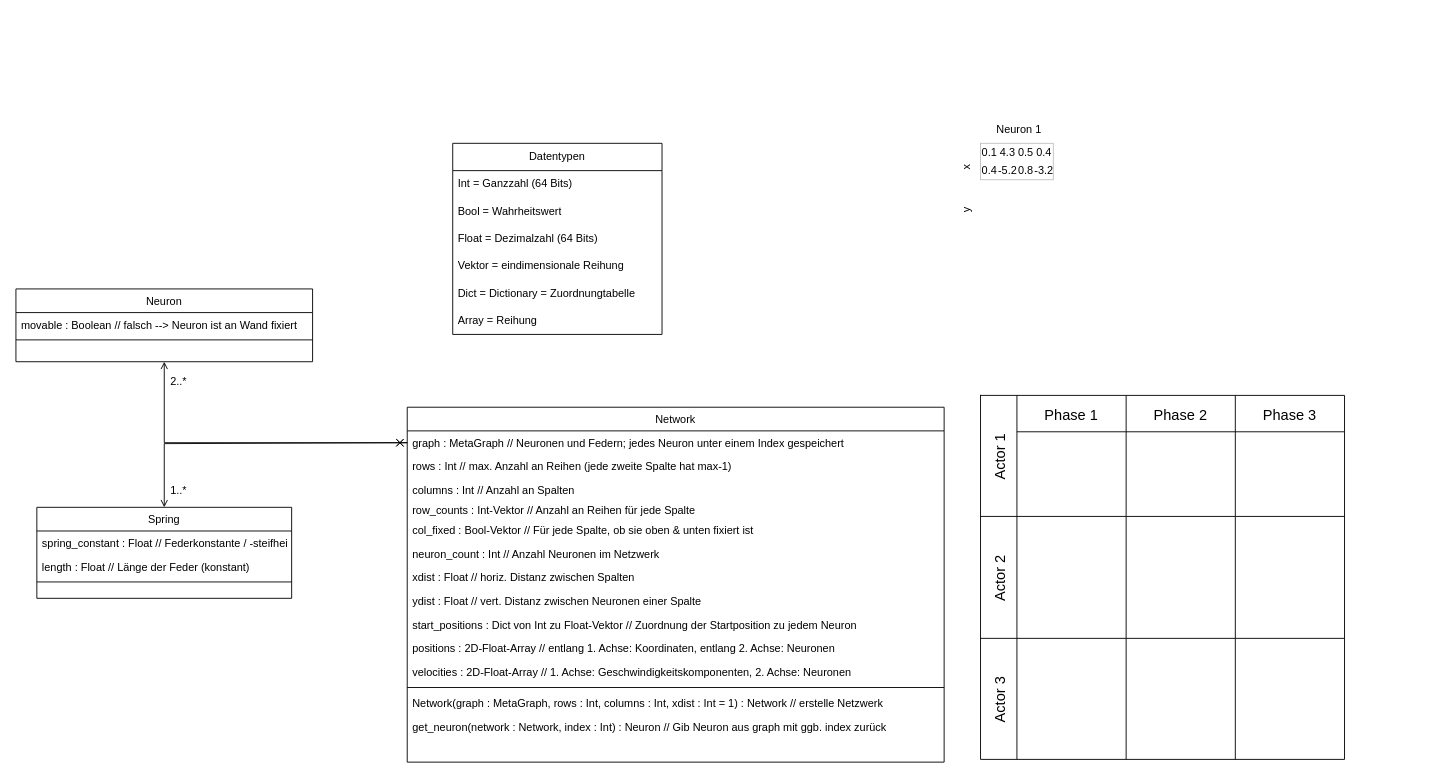
This is page "Page-2" (2 of 2) of projektskizze/bilder/Unbenanntes Diagramm.drawio from Alexander-Reimer/Simulation-of-MNNs, a draw.io file, before an edit. Source tidied: cells renumbered, new cells numbered last; positions are measured from the earlier drawing's top-left corner, leaving out a move shared by most shapes. Both pictures are drawn from the tidied source at 91%, with x=0, y=0 at pixel (15, 116).
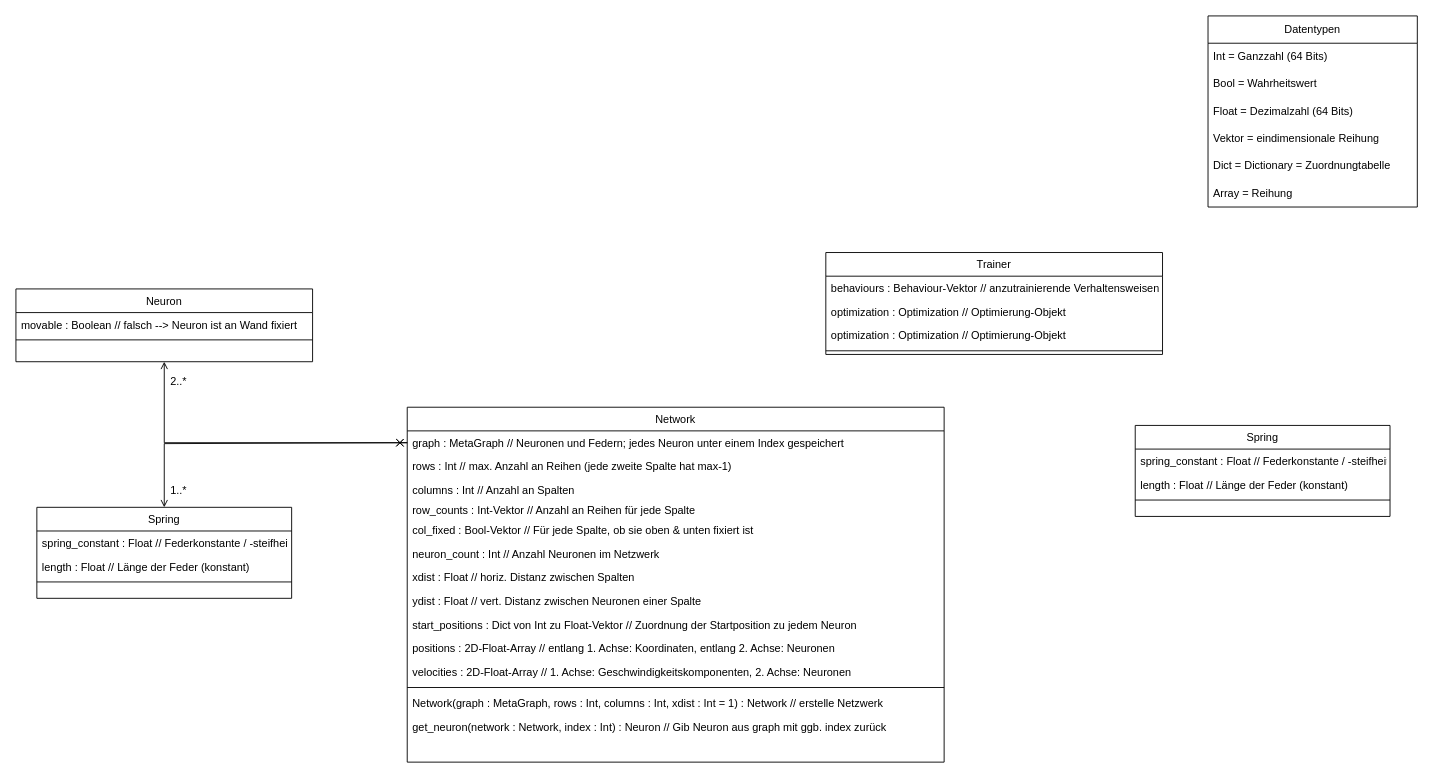
Above is the later version.

Change to the diagram source:
```diff
@@
     <mxCell id="30" value="Datentypen" style="swimlane;fontStyle=0;horizontal=1;startSize=30;whiteSpace=wrap;html=1;" parent="1" vertex="1">
-      <mxGeometry x="480" y="30" width="230" height="210" as="geometry" />
+      <mxGeometry x="1310" y="-110" width="230" height="210" as="geometry" />
     </mxCell>
@@
-    <mxCell id="37" style="shape=table;childLayout=tableLayout;startSize=0;fontSize=16;" parent="1" vertex="1">
-      <mxGeometry x="1060" y="307" width="400" height="400" as="geometry" />
-    </mxCell>
-    <mxCell id="38" value="Actor 1" style="shape=tableRow;horizontal=0;swimlaneHead=0;swimlaneBody=0;top=0;left=0;strokeColor=inherit;bottom=0;right=0;fontStyle=0;fillColor=none;startSize=40;fontSize=16;" parent="37" vertex="1">
-      <mxGeometry width="400" height="133" as="geometry" />
-    </mxCell>
-    <mxCell id="39" value="Phase 1" style="swimlane;swimlaneHead=0;swimlaneBody=0;fontStyle=0;strokeColor=inherit;fillColor=none;startSize=40;fontSize=16;" parent="38" vertex="1">
-      <mxGeometry x="40" width="120" height="133" as="geometry" />
-    </mxCell>
-    <mxCell id="40" value="Phase 2" style="swimlane;swimlaneHead=0;swimlaneBody=0;fontStyle=0;strokeColor=inherit;fillColor=none;startSize=40;fontSize=16;" parent="38" vertex="1">
-      <mxGeometry x="160" width="120" height="133" as="geometry" />
-    </mxCell>
-    <mxCell id="41" value="Phase 3" style="swimlane;swimlaneHead=0;swimlaneBody=0;fontStyle=0;strokeColor=inherit;fillColor=none;startSize=40;fontSize=16;" parent="38" vertex="1">
-      <mxGeometry x="280" width="120" height="133" as="geometry" />
-    </mxCell>
-    <mxCell id="42" value="Actor 2" style="shape=tableRow;horizontal=0;swimlaneHead=0;swimlaneBody=0;top=0;left=0;strokeColor=inherit;bottom=0;right=0;fontStyle=0;fillColor=none;startSize=40;fontSize=16;" parent="37" vertex="1">
-      <mxGeometry y="133" width="400" height="134" as="geometry" />
-    </mxCell>
-    <mxCell id="43" style="swimlane;swimlaneHead=0;swimlaneBody=0;fontStyle=0;strokeColor=inherit;fillColor=none;startSize=0;fontSize=16;" parent="42" vertex="1">
-      <mxGeometry x="40" width="120" height="134" as="geometry" />
-    </mxCell>
-    <mxCell id="44" style="swimlane;swimlaneHead=0;swimlaneBody=0;fontStyle=0;strokeColor=inherit;fillColor=none;startSize=0;fontSize=16;" parent="42" vertex="1">
-      <mxGeometry x="160" width="120" height="134" as="geometry" />
-    </mxCell>
-    <mxCell id="45" style="swimlane;swimlaneHead=0;swimlaneBody=0;fontStyle=0;strokeColor=inherit;fillColor=none;startSize=0;fontSize=16;" parent="42" vertex="1">
-      <mxGeometry x="280" width="120" height="134" as="geometry" />
-    </mxCell>
-    <mxCell id="46" value="Actor 3" style="shape=tableRow;horizontal=0;swimlaneHead=0;swimlaneBody=0;top=0;left=0;strokeColor=inherit;bottom=0;right=0;fontStyle=0;fillColor=none;startSize=40;fontSize=16;" parent="37" vertex="1">
-      <mxGeometry y="267" width="400" height="133" as="geometry" />
-    </mxCell>
-    <mxCell id="47" style="swimlane;swimlaneHead=0;swimlaneBody=0;fontStyle=0;strokeColor=inherit;fillColor=none;startSize=0;fontSize=16;" parent="46" vertex="1">
-      <mxGeometry x="40" width="120" height="133" as="geometry" />
-    </mxCell>
-    <mxCell id="48" style="swimlane;swimlaneHead=0;swimlaneBody=0;fontStyle=0;strokeColor=inherit;fillColor=none;startSize=0;fontSize=16;" parent="46" vertex="1">
-      <mxGeometry x="160" width="120" height="133" as="geometry" />
-    </mxCell>
-    <mxCell id="49" style="swimlane;swimlaneHead=0;swimlaneBody=0;fontStyle=0;strokeColor=inherit;fillColor=none;startSize=0;fontSize=16;" parent="46" vertex="1">
-      <mxGeometry x="280" width="120" height="133" as="geometry" />
-    </mxCell>
-    <mxCell id="50" style="childLayout=tableLayout;shadow=0;fillColor=none;strokeColor=#C0C0C0;spacing=5;spacingTop=5;" parent="1" vertex="1">
-      <mxGeometry x="1060" y="30" width="80" height="40" as="geometry" />
-    </mxCell>
-    <mxCell id="51" style="shape=tableRow;horizontal=0;startSize=0;swimlaneHead=0;swimlaneBody=0;top=0;left=0;bottom=0;right=0;fontStyle=0;fillColor=none;" parent="50" vertex="1">
-      <mxGeometry width="80" height="20" as="geometry" />
-    </mxCell>
-    <mxCell id="52" value="0.1" style="strokeColor=none;fillColor=none;align=center;whiteSpace=wrap;html=1;spacing=5;spacingTop=5;spacingBottom=5;spacingRight=5;spacingLeft=5;" parent="51" vertex="1">
-      <mxGeometry width="20" height="20" as="geometry" />
-    </mxCell>
-    <mxCell id="53" value="4.3" style="strokeColor=none;fillColor=none;align=center;whiteSpace=wrap;html=1;spacing=5;spacingTop=5;spacingBottom=5;spacingRight=5;spacingLeft=5;" parent="51" vertex="1">
-      <mxGeometry x="20" width="20" height="20" as="geometry" />
-    </mxCell>
-    <mxCell id="54" value="0.5" style="strokeColor=none;fillColor=none;align=center;whiteSpace=wrap;html=1;spacing=5;spacingTop=5;spacingBottom=5;spacingRight=5;spacingLeft=5;" parent="51" vertex="1">
-      <mxGeometry x="40" width="20" height="20" as="geometry" />
-    </mxCell>
-    <mxCell id="55" value="0.4" style="strokeColor=none;fillColor=none;align=center;whiteSpace=wrap;html=1;spacing=5;spacingTop=5;spacingBottom=5;spacingRight=5;spacingLeft=5;" parent="51" vertex="1">
-      <mxGeometry x="60" width="20" height="20" as="geometry" />
-    </mxCell>
-    <mxCell id="56" style="shape=tableRow;horizontal=0;startSize=0;swimlaneHead=0;swimlaneBody=0;top=0;left=0;bottom=0;right=0;fontStyle=0;fillColor=none;" parent="50" vertex="1">
-      <mxGeometry y="20" width="80" height="20" as="geometry" />
-    </mxCell>
-    <mxCell id="57" value="0.4" style="strokeColor=none;fillColor=none;align=center;whiteSpace=wrap;html=1;spacing=5;spacingTop=5;spacingBottom=5;spacingRight=5;spacingLeft=5;" parent="56" vertex="1">
-      <mxGeometry width="20" height="20" as="geometry" />
-    </mxCell>
-    <mxCell id="58" value="-5.2" style="strokeColor=none;fillColor=none;align=center;whiteSpace=wrap;html=1;spacing=5;spacingTop=5;spacingBottom=5;spacingRight=5;spacingLeft=5;" parent="56" vertex="1">
-      <mxGeometry x="20" width="20" height="20" as="geometry" />
-    </mxCell>
-    <mxCell id="59" value="0.8" style="strokeColor=none;fillColor=none;align=center;whiteSpace=wrap;html=1;spacing=5;spacingTop=5;spacingBottom=5;spacingRight=5;spacingLeft=5;" parent="56" vertex="1">
-      <mxGeometry x="40" width="20" height="20" as="geometry" />
-    </mxCell>
-    <mxCell id="60" value="-3.2" style="strokeColor=none;fillColor=none;align=center;whiteSpace=wrap;html=1;spacing=5;spacingTop=5;spacingBottom=5;spacingRight=5;spacingLeft=5;" parent="56" vertex="1">
-      <mxGeometry x="60" width="20" height="20" as="geometry" />
-    </mxCell>
-    <mxCell id="61" value="x" style="text;html=1;strokeColor=none;fillColor=none;align=center;verticalAlign=middle;whiteSpace=wrap;rounded=0;rotation=-90;" parent="1" vertex="1">
-      <mxGeometry x="1026.2" y="41.2" width="37.5" height="30" as="geometry" />
-    </mxCell>
-    <mxCell id="62" value="y" style="text;html=1;strokeColor=none;fillColor=none;align=center;verticalAlign=middle;whiteSpace=wrap;rounded=0;rotation=-90;" parent="1" vertex="1">
-      <mxGeometry x="1026.2" y="88.2" width="37.5" height="30" as="geometry" />
-    </mxCell>
-    <mxCell id="63" value="Neuron 1" style="text;html=1;strokeColor=none;fillColor=none;align=center;verticalAlign=middle;whiteSpace=wrap;rounded=0;" parent="1" vertex="1">
-      <mxGeometry x="1060" width="85" height="30" as="geometry" />
-    </mxCell>
+    <mxCell id="64" value="Spring" style="swimlane;fontStyle=0;align=center;verticalAlign=top;horizontal=1;startSize=26;rounded=0;shadow=0;strokeWidth=1;" parent="1" vertex="1">
+      <mxGeometry x="1230" y="340" width="280" height="100" as="geometry" />
+    </mxCell>
+    <mxCell id="65" value="spring_constant : Float // Federkonstante / -steifheit" style="text;align=left;verticalAlign=top;spacingLeft=4;spacingRight=4;overflow=hidden;" parent="64" vertex="1">
+      <mxGeometry y="26" width="280" height="26" as="geometry" />
+    </mxCell>
+    <mxCell id="66" value="length : Float // Länge der Feder (konstant)" style="text;align=left;verticalAlign=top;spacingLeft=4;spacingRight=4;overflow=hidden;" parent="64" vertex="1">
+      <mxGeometry y="52" width="280" height="26" as="geometry" />
+    </mxCell>
+    <mxCell id="67" style="line;html=1;strokeWidth=1;align=left;verticalAlign=middle;spacingTop=-1;spacingLeft=3;spacingRight=3;labelPosition=right;" parent="64" vertex="1">
+      <mxGeometry y="78" width="280" height="8" as="geometry" />
+    </mxCell>
+    <mxCell id="68" value="Trainer" style="swimlane;fontStyle=0;align=center;verticalAlign=top;horizontal=1;startSize=26;rounded=0;shadow=0;strokeWidth=1;" parent="1" vertex="1">
+      <mxGeometry x="890" y="150" width="370" height="112" as="geometry" />
+    </mxCell>
+    <mxCell id="69" value="behaviours : Behaviour-Vektor // anzutrainierende Verhaltensweisen" style="text;align=left;verticalAlign=top;spacingLeft=4;spacingRight=4;overflow=hidden;" parent="68" vertex="1">
+      <mxGeometry y="26" width="370" height="26" as="geometry" />
+    </mxCell>
+    <mxCell id="70" value="optimization : Optimization // Optimierung-Objekt" style="text;align=left;verticalAlign=top;spacingLeft=4;spacingRight=4;overflow=hidden;" parent="68" vertex="1">
+      <mxGeometry y="52" width="370" height="26" as="geometry" />
+    </mxCell>
+    <mxCell id="71" value="optimization : Optimization // Optimierung-Objekt" style="text;align=left;verticalAlign=top;spacingLeft=4;spacingRight=4;overflow=hidden;" parent="68" vertex="1">
+      <mxGeometry y="78" width="370" height="26" as="geometry" />
+    </mxCell>
+    <mxCell id="72" style="line;html=1;strokeWidth=1;align=left;verticalAlign=middle;spacingTop=-1;spacingLeft=3;spacingRight=3;labelPosition=right;" parent="68" vertex="1">
+      <mxGeometry y="104" width="370" height="8" as="geometry" />
+    </mxCell>
```
